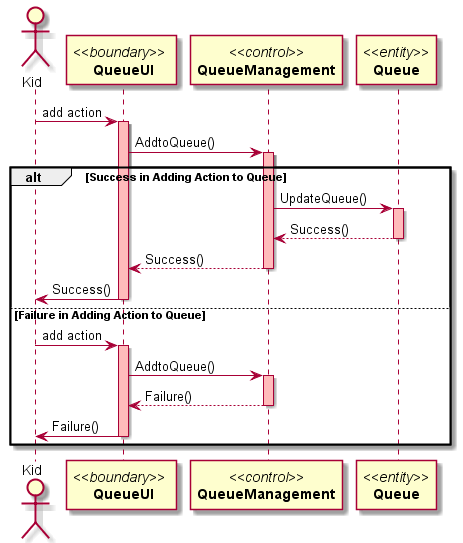
DanielFYJ/2101-2201-Project keeps this PlantUML diagram as Docs/Sequence Diagrams/Project Sequence-Diagram-UC1.png. Above is the earlier version.
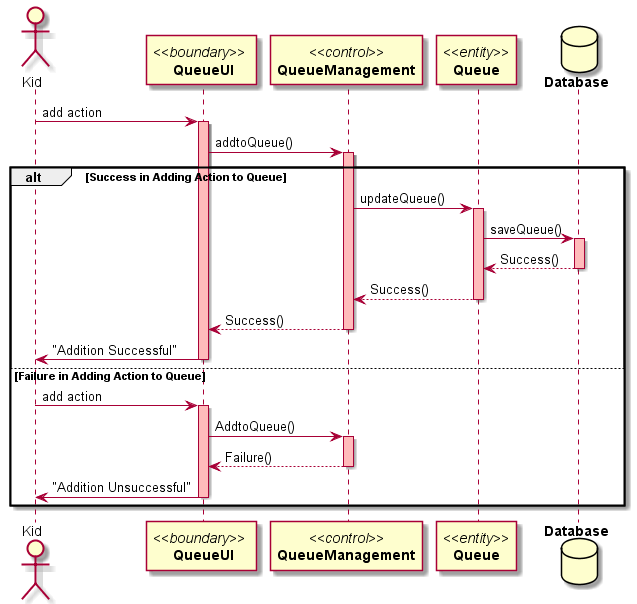
Later version of the same file.

Commit message:
update seq diagram UC1-3

The edit, as a diff of the source:
```diff
@@ -3,23 +3,31 @@
 participant "//<<boundary>>// \n **QueueUI**" as A
 participant "//<<control>>//\n**QueueManagement**" as B
 participant "//<<entity>>//\n**Queue**" as C
+database "**Database**" as db
 
 Kid -> A:add action
 activate A #FFBBBB
 
-A -> B: AddtoQueue()
+A -> B: addtoQueue()
 activate B #FFBBBB
 
 alt Success in Adding Action to Queue
-B -> C: UpdateQueue()
+B -> C: updateQueue()
 activate C #FFBBBB
+
+C -> db: saveQueue()
+activate db #FFBBBB
+
+db --> C: Success()
+deactivate db
+
 C --> B: Success()
 deactivate C
 
 B --> A: Success()
 deactivate B
 
-A -> Kid: Success()
+A -> Kid: "Addition Successful"
 deactivate A
 
 else Failure in Adding Action to Queue
@@ -32,7 +40,7 @@
 B --> A: Failure()
 deactivate B
 
-A -> Kid: Failure()
+A -> Kid: "Addition Unsuccessful"
 deactivate A
 end
 @enduml
```
